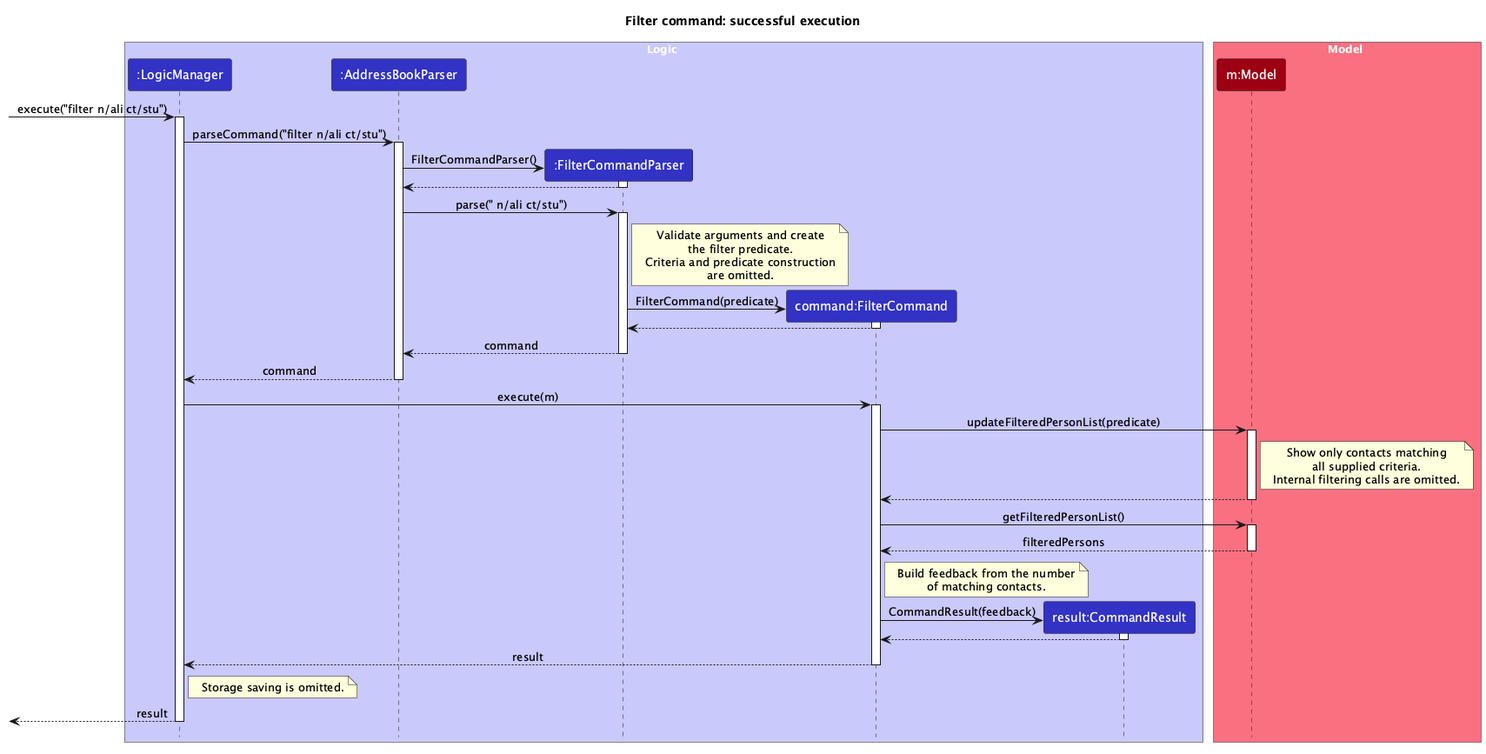
Before: docs/images/FilterSequenceDiagram.png, a diagram exported from PlantUML (AY2627S1-CS2103T-T11-3/tp).
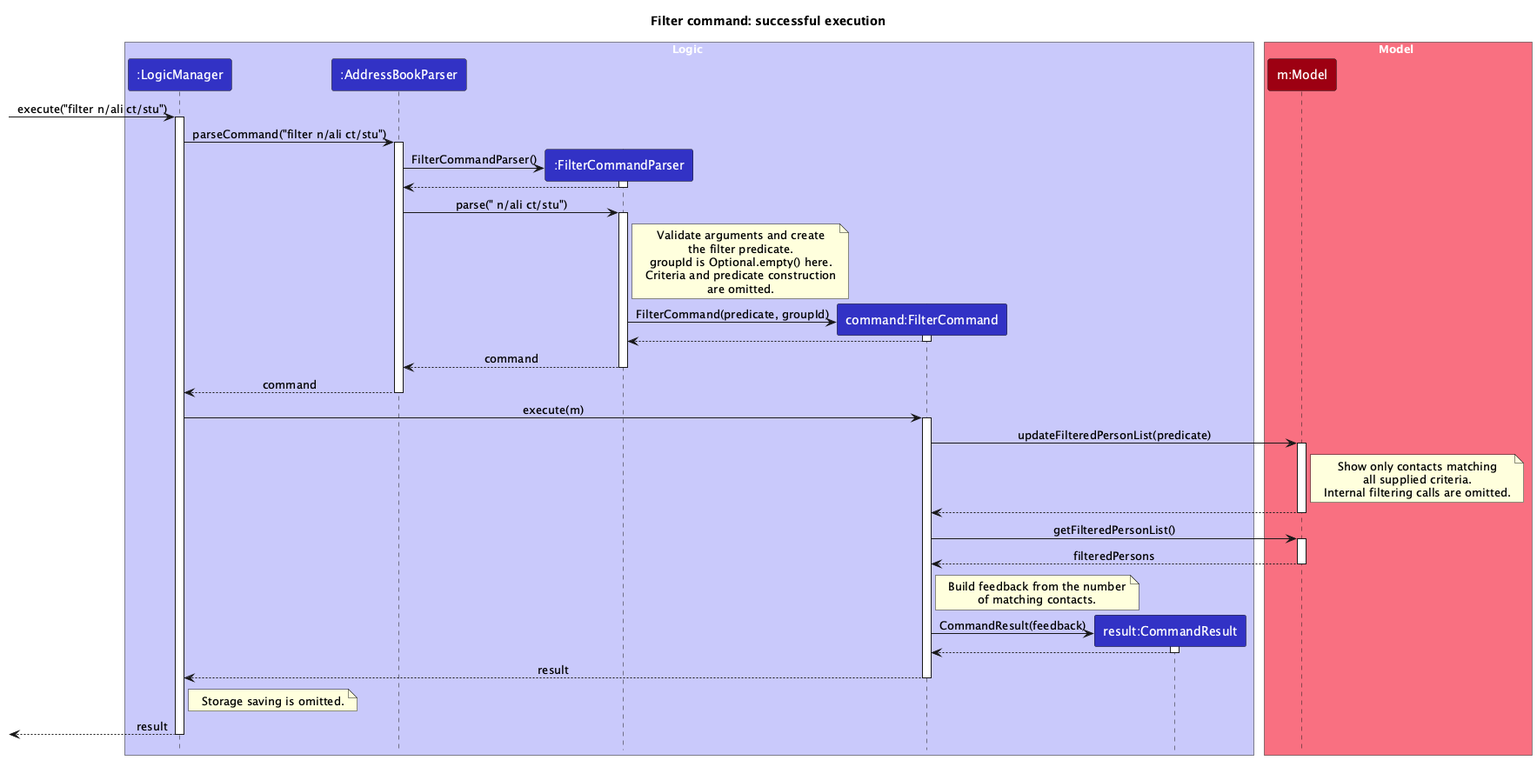
Later version of the same file.

Commit message:
Adjust Filter seq diagram, UG and DG

Diff of the diagram source:
```diff
@@ -34,12 +34,13 @@
 note right of FilterCommandParser
   Validate arguments and create
   the filter predicate.
+  groupId is Optional.empty() here.
   Criteria and predicate construction
   are omitted.
 end note
 
 create FilterCommand
-FilterCommandParser -> FilterCommand : FilterCommand(predicate)
+FilterCommandParser -> FilterCommand : FilterCommand(predicate, groupId)
 activate FilterCommand
 FilterCommand --> FilterCommandParser
 deactivate FilterCommand
```
